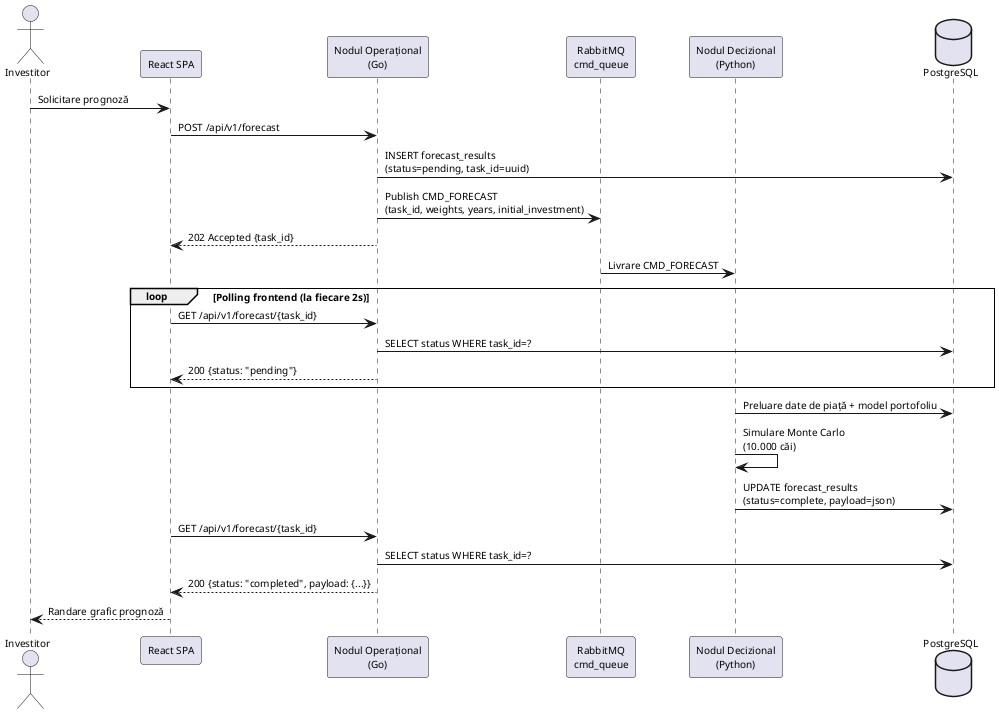
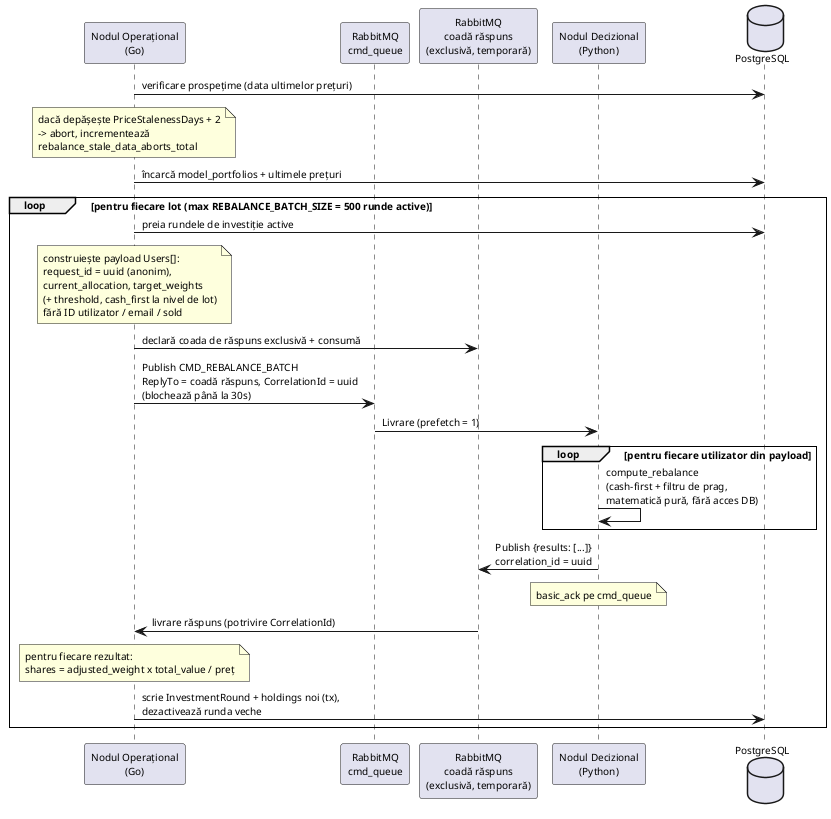
- @startuml InvestPilot-Sequence-Forecast-RO
+ @startuml InvestPilot-Sequence-RPC-RO
skinparam defaultFontSize 10
skinparam defaultFontName Arial
skinparam sequenceArrowThickness 1
skinparam sequenceGroupBorderThickness 1

- actor "Investitor" as User
- participant "React SPA" as SPA
participant "Nodul Operațional\n(Go)" as Go
participant "RabbitMQ\ncmd_queue" as MQ
+ participant "RabbitMQ\ncoadă răspuns\n(exclusivă, temporară)" as RQ
participant "Nodul Decizional\n(Python)" as Python
database "PostgreSQL" as DB

- User -> SPA : Solicitare prognoză
- SPA -> Go : POST /api/v1/forecast
+ Go -> DB : verificare prospețime (data ultimelor prețuri)
+ note over Go : dacă depășește PriceStalenessDays + 2\n-> abort, incrementează\nrebalance_stale_data_aborts_total
+ Go -> DB : încarcă model_portfolios + ultimele prețuri

- Go -> DB : INSERT forecast_results\n(status=pending, task_id=uuid)
- Go -> MQ : Publish CMD_FORECAST\n(task_id, weights, years, initial_investment)
- Go --> SPA : 202 Accepted {task_id}
+ loop pentru fiecare lot (max REBALANCE_BATCH_SIZE = 500 runde active)
+     Go -> DB : preia rundele de investiție active
+     note over Go : construiește payload Users[]:\nrequest_id = uuid (anonim),\ncurrent_allocation, target_weights\n(+ threshold, cash_first la nivel de lot)\nfără ID utilizator / email / sold

- MQ -> Python : Livrare CMD_FORECAST
+     Go -> RQ : declară coada de răspuns exclusivă + consumă
+     Go -> MQ : Publish CMD_REBALANCE_BATCH\nReplyTo = coadă răspuns, CorrelationId = uuid\n(blochează până la 30s)
+     MQ -> Python : Livrare (prefetch = 1)

- loop Polling frontend (la fiecare 2s)
-     SPA -> Go : GET /api/v1/forecast/{task_id}
-     Go -> DB : SELECT status WHERE task_id=?
-     Go --> SPA : 200 {status: "pending"}
+     loop pentru fiecare utilizator din payload
+         Python -> Python : compute_rebalance\n(cash-first + filtru de prag,\nmatematică pură, fără acces DB)
+     end
+ 
+     Python -> RQ : Publish {results: [...]}\ncorrelation_id = uuid
+     note over Python : basic_ack pe cmd_queue
+     RQ -> Go : livrare răspuns (potrivire CorrelationId)
+ 
+     note over Go : pentru fiecare rezultat:\nshares = adjusted_weight x total_value / preț
+     Go -> DB : scrie InvestmentRound + holdings noi (tx),\ndezactivează runda veche
end
- 
- Python -> DB : Preluare date de piață + model portofoliu
- Python -> Python : Simulare Monte Carlo\n(10.000 căi)
- Python -> DB : UPDATE forecast_results\n(status=complete, payload=json)
- 
- SPA -> Go : GET /api/v1/forecast/{task_id}
- Go -> DB : SELECT status WHERE task_id=?
- Go --> SPA : 200 {status: "completed", payload: {...}}
- SPA --> User : Randare grafic prognoză
@enduml
